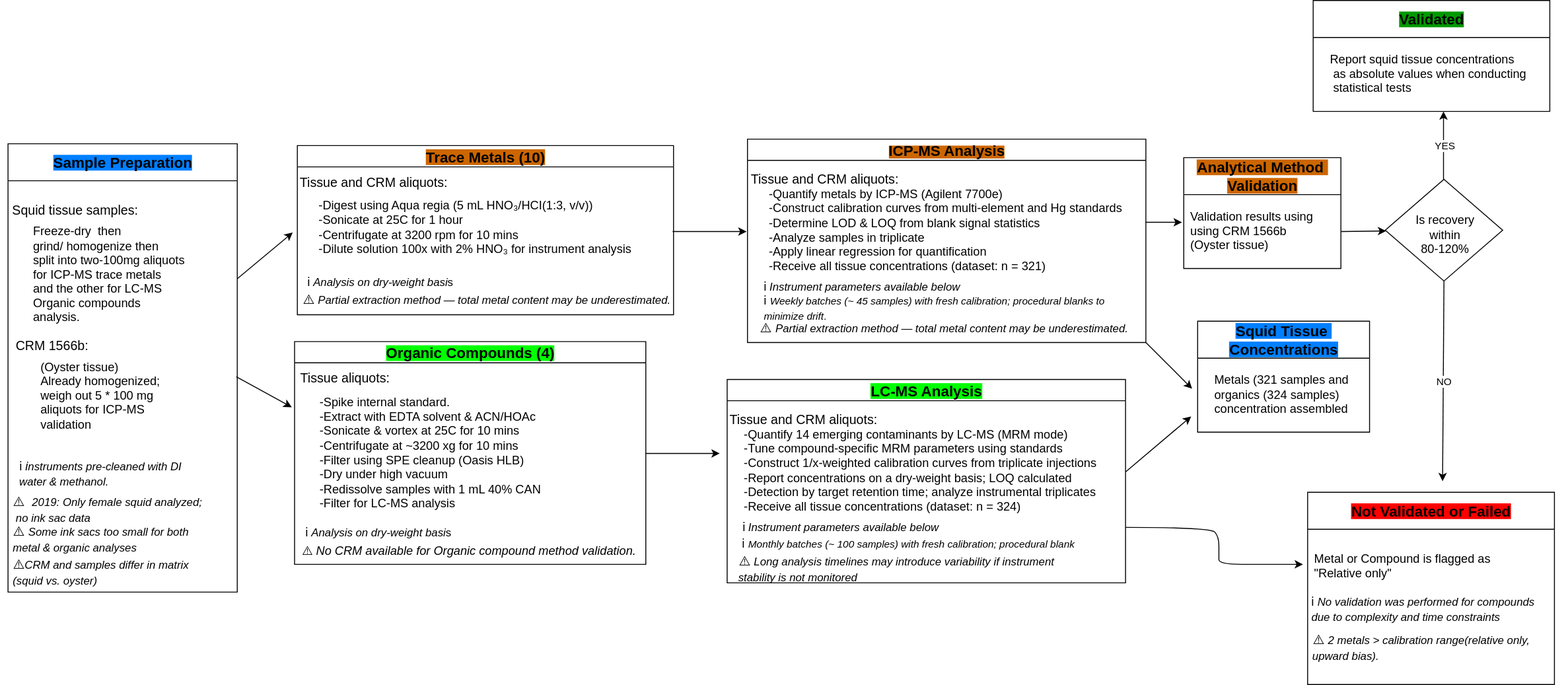
Euchie23/SquidStack keeps this draw.io diagram as docs/Analytical_flowchart.svg. Above is the earlier version. Source tidied: cells renumbered, new cells last; positions are measured from the earlier drawing's top-left corner, leaving out a move shared by most shapes.
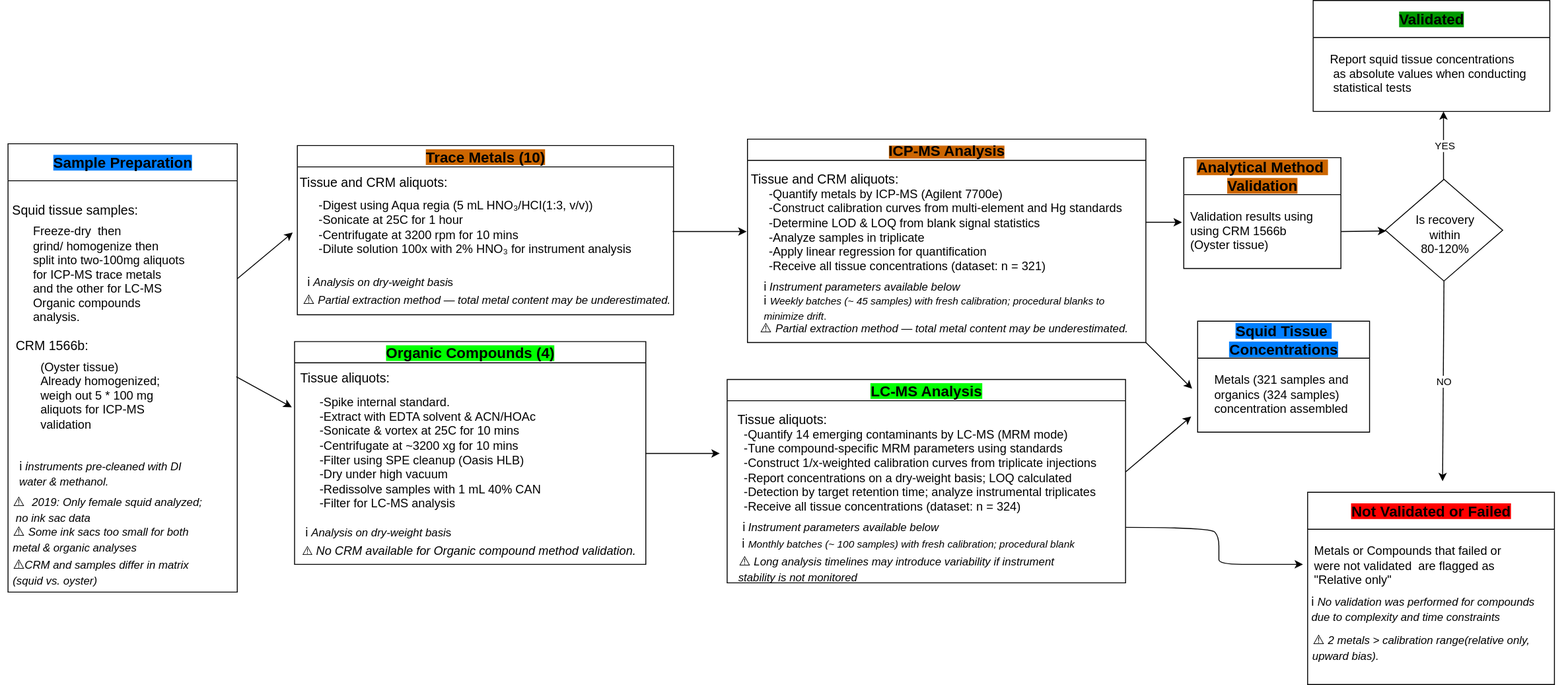
After the commit.

Commit message:
Uploading updated Analytical flowchart

Diff of the diagram source:
```diff
@@ -98,8 +98,8 @@
     <mxCell id="30" value="&lt;font&gt;ℹ️ &lt;i&gt;&lt;font style=&quot;font-size: 11px;&quot;&gt;Monthly&lt;/font&gt;&lt;/i&gt;&lt;/font&gt;&lt;font style=&quot;font-size: 11px;&quot;&gt;&lt;font style=&quot;&quot;&gt;&lt;i&gt;&amp;nbsp;batches (~ 100 samples) with fresh calibration; procedural blank&amp;nbsp;&lt;/i&gt;&lt;/font&gt;&lt;/font&gt;" style="text;html=1;align=center;verticalAlign=middle;strokeColor=none;fillColor=none;fontSize=13;" parent="28" vertex="1">
       <mxGeometry x="-3" y="162" width="400" height="30" as="geometry" />
     </mxCell>
-    <mxCell id="31" value="&lt;font&gt;Tissue and CRM aliquots:&lt;/font&gt;" style="text;html=1;align=center;verticalAlign=middle;strokeColor=none;fillColor=none;fontSize=14;" parent="1" vertex="1">
-      <mxGeometry x="778" y="438" width="180" height="30" as="geometry" />
+    <mxCell id="31" value="&lt;font&gt;Tissue aliquots:&lt;/font&gt;" style="text;html=1;align=center;verticalAlign=middle;strokeColor=none;fillColor=none;fontSize=14;" parent="1" vertex="1">
+      <mxGeometry x="785" y="438" width="120" height="30" as="geometry" />
     </mxCell>
     <mxCell id="32" value="&lt;font&gt;⚠️&amp;nbsp;&lt;/font&gt;&lt;i&gt;&lt;font style=&quot;font-size: 12px;&quot;&gt;Long analysis timelines may introduce variability if instrument&amp;nbsp;&lt;/font&gt;&lt;/i&gt;&lt;div style=&quot;text-align: left;&quot;&gt;&lt;i&gt;&lt;font style=&quot;font-size: 12px;&quot;&gt;stability is not monitored&lt;/font&gt;&lt;/i&gt;&lt;/div&gt;" style="text;html=1;align=center;verticalAlign=middle;strokeColor=none;fillColor=none;fontSize=14;" parent="1" vertex="1">
       <mxGeometry x="785" y="589" width="370" height="50" as="geometry" />
@@ -151,8 +151,8 @@
     <mxCell id="45" value="&lt;span style=&quot;font-size: 16px; background-color: light-dark(rgb(255, 0, 0), rgb(255, 0, 0));&quot;&gt;Not Validated or Failed&lt;/span&gt;" style="swimlane;whiteSpace=wrap;html=1;startSize=40;" parent="1" vertex="1">
       <mxGeometry x="1414" y="532" width="267" height="208" as="geometry" />
     </mxCell>
-    <mxCell id="46" value="Metal or Compound is&amp;nbsp;&lt;span style=&quot;background-color: transparent; color: light-dark(rgb(0, 0, 0), rgb(255, 255, 255));&quot;&gt;flagged&amp;nbsp;&lt;/span&gt;&lt;span style=&quot;background-color: transparent; color: light-dark(rgb(0, 0, 0), rgb(255, 255, 255));&quot;&gt;as&amp;nbsp;&lt;/span&gt;&lt;div&gt;&lt;span style=&quot;background-color: transparent; color: light-dark(rgb(0, 0, 0), rgb(255, 255, 255));&quot;&gt;&quot;Relative only&quot;&lt;/span&gt;&lt;/div&gt;" style="text;html=1;align=left;verticalAlign=middle;strokeColor=none;fillColor=none;fontSize=13;" parent="45" vertex="1">
-      <mxGeometry x="5" y="58.5" width="220" height="40" as="geometry" />
+    <mxCell id="46" value="Metals or Compounds that failed or&amp;nbsp;&lt;div&gt;were not validated&amp;nbsp; are&amp;nbsp;&lt;span style=&quot;background-color: transparent; color: light-dark(rgb(0, 0, 0), rgb(255, 255, 255));&quot;&gt;flagged&amp;nbsp;&lt;/span&gt;&lt;span style=&quot;background-color: transparent; color: light-dark(rgb(0, 0, 0), rgb(255, 255, 255));&quot;&gt;as&amp;nbsp;&lt;/span&gt;&lt;div&gt;&lt;span style=&quot;background-color: transparent; color: light-dark(rgb(0, 0, 0), rgb(255, 255, 255));&quot;&gt;&quot;Relative only&quot;&lt;/span&gt;&lt;/div&gt;&lt;/div&gt;" style="text;html=1;align=left;verticalAlign=middle;strokeColor=none;fillColor=none;fontSize=13;" parent="45" vertex="1">
+      <mxGeometry x="5" y="48.5" width="230" height="60" as="geometry" />
     </mxCell>
     <mxCell id="47" value="&lt;font&gt;ℹ️ &lt;span style=&quot;font-size: 12px;&quot;&gt;&lt;i&gt;No validation was performed for compounds&amp;nbsp;&lt;/i&gt;&lt;/span&gt;&lt;/font&gt;&lt;div&gt;&lt;font&gt;&lt;span style=&quot;font-size: 12px;&quot;&gt;&lt;i&gt;due to complexity and time constraints&lt;/i&gt;&lt;/span&gt;&lt;/font&gt;&lt;/div&gt;" style="text;html=1;align=left;verticalAlign=middle;strokeColor=none;fillColor=none;fontSize=13;" parent="45" vertex="1">
       <mxGeometry x="2" y="106" width="280" height="40" as="geometry" />
```
